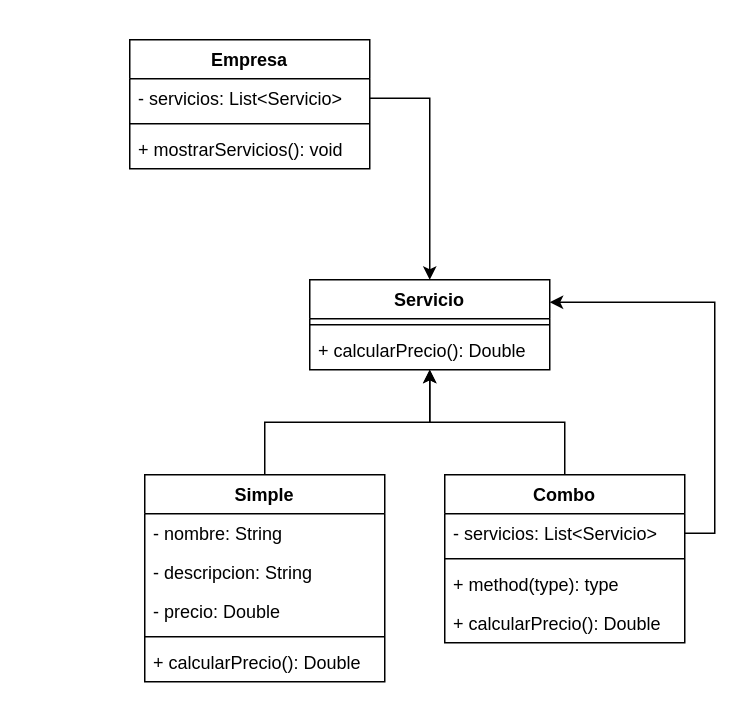
The draw.io diagram diagramas/Evalueishon.drawio in locchiato/clases-poo, before the edit. Source tidied: cells renumbered, new cells numbered last; positions are measured from the earlier drawing's top-left corner, leaving out a move shared by most shapes. Both pictures are drawn from the tidied source at 150%, with x=0, y=0 at pixel (129, 39).
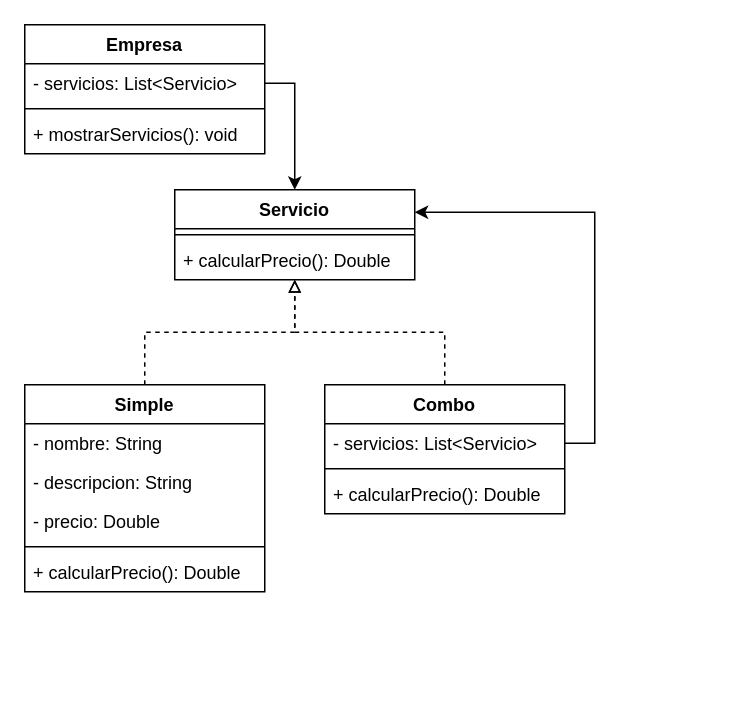
The same diagram, later.

Change to the diagram source:
```diff
@@
-    <mxCell id="2" style="edgeStyle=orthogonalEdgeStyle;rounded=0;jettySize=auto;html=1;" parent="1" edge="1" source="3" target="20">
+    <mxCell id="2" style="edgeStyle=orthogonalEdgeStyle;rounded=0;jettySize=auto;html=1;endArrow=block;endFill=0;dashed=1;" parent="1" edge="1" source="3" target="20">
       <mxGeometry relative="1" as="geometry" />
     </mxCell>
     <mxCell id="3" value="Simple" style="swimlane;fontStyle=1;align=center;verticalAlign=top;horizontal=1;startSize=26;" parent="1" vertex="1">
-      <mxGeometry x="10" y="290" width="160" height="138" as="geometry" />
+      <mxGeometry x="-70" y="230" width="160" height="138" as="geometry" />
     </mxCell>
@@
-    <mxCell id="9" style="edgeStyle=orthogonalEdgeStyle;rounded=0;jettySize=auto;html=1;" parent="1" edge="1" source="11" target="20">
+    <mxCell id="9" style="edgeStyle=orthogonalEdgeStyle;rounded=0;jettySize=auto;html=1;endArrow=block;endFill=0;dashed=1;" parent="1" edge="1" source="11" target="20">
       <mxGeometry relative="1" as="geometry" />
     </mxCell>
@@
     <mxCell id="11" value="Combo" style="swimlane;fontStyle=1;align=center;verticalAlign=top;horizontal=1;startSize=26;" parent="1" vertex="1">
-      <mxGeometry x="210" y="290" width="160" height="112" as="geometry" />
+      <mxGeometry x="130" y="230" width="160" height="86" as="geometry" />
     </mxCell>
@@
-    <mxCell id="14" value="+ method(type): type" style="text;strokeColor=none;fillColor=none;align=left;verticalAlign=top;spacingLeft=4;spacingRight=4;overflow=hidden;" parent="11" vertex="1">
-      <mxGeometry y="60" width="160" height="26" as="geometry" />
-    </mxCell>
     <mxCell id="15" value="+ calcularPrecio(): Double" style="text;strokeColor=none;fillColor=none;align=left;verticalAlign=top;spacingLeft=4;spacingRight=4;overflow=hidden;" parent="11" vertex="1">
-      <mxGeometry y="86" width="160" height="26" as="geometry" />
+      <mxGeometry y="60" width="160" height="26" as="geometry" />
     </mxCell>
     <mxCell id="16" value="Empresa" style="swimlane;fontStyle=1;align=center;verticalAlign=top;horizontal=1;startSize=26;" parent="1" vertex="1">
-      <mxGeometry width="160" height="86" as="geometry" />
+      <mxGeometry x="-70" y="-10" width="160" height="86" as="geometry" />
     </mxCell>
@@
     <mxCell id="20" value="Servicio" style="swimlane;fontStyle=1;align=center;verticalAlign=top;horizontal=1;startSize=26;" parent="1" vertex="1">
-      <mxGeometry x="120" y="160" width="160" height="60" as="geometry" />
+      <mxGeometry x="30" y="100" width="160" height="60" as="geometry" />
     </mxCell>
```
